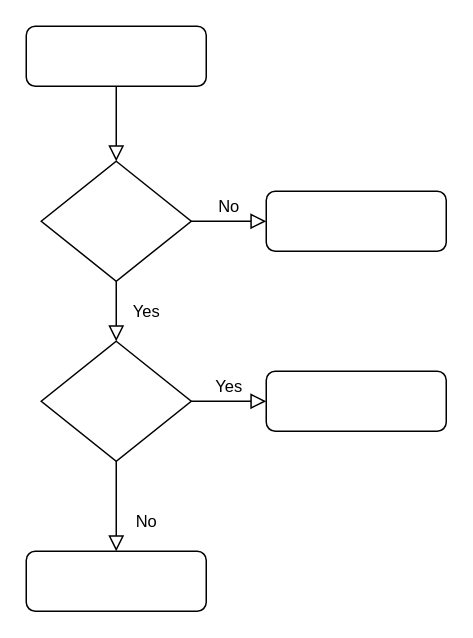
The draw.io diagram Untitled Diagram.drawio in MBtions/app-designs-flowcharts, before the edit. Source tidied: cells renumbered, new cells numbered last; positions are measured from the earlier drawing's top-left corner, leaving out a move shared by most shapes. Both pictures are drawn from the tidied source at 150%, with x=0, y=0 at pixel (26, 26).
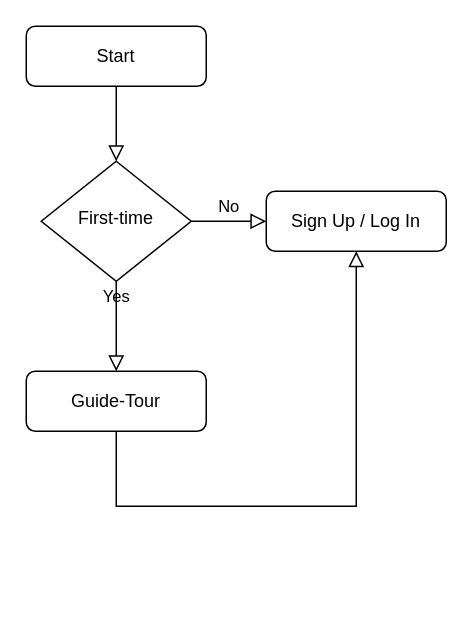
The same page after the edit.

Diff of the diagram source:
```diff
@@
 <mxGraphModel>
   <root>
     <mxCell id="0" />
     <mxCell id="1" parent="0" />
-    <mxCell id="2" style="rounded=0;html=1;jettySize=auto;fontSize=11;endArrow=block;endFill=0;endSize=8;strokeWidth=1;shadow=0;labelBackgroundColor=none;edgeStyle=orthogonalEdgeStyle;" parent="1" edge="1" source="3" target="6">
-      <mxGeometry relative="1" as="geometry" />
-    </mxCell>
-    <mxCell id="3" style="rounded=1;whiteSpace=wrap;html=1;fontSize=12;glass=0;strokeWidth=1;shadow=0;" parent="1" vertex="1">
+    <mxCell id="3" value="Start" style="rounded=1;whiteSpace=wrap;html=1;fontSize=12;glass=0;strokeWidth=1;shadow=0;" parent="1" vertex="1">
       <mxGeometry width="120" height="40" as="geometry" />
     </mxCell>
-    <mxCell id="4" value="Yes" style="rounded=0;html=1;jettySize=auto;fontSize=11;endArrow=block;endFill=0;endSize=8;strokeWidth=1;shadow=0;labelBackgroundColor=none;edgeStyle=orthogonalEdgeStyle;" parent="1" edge="1" source="6" target="10">
-      <mxGeometry y="20" relative="1" as="geometry" />
+    <mxCell id="4" value="Yes" style="rounded=0;html=1;jettySize=auto;fontSize=11;endArrow=block;endFill=0;endSize=8;strokeWidth=1;shadow=0;labelBackgroundColor=none;edgeStyle=orthogonalEdgeStyle;" parent="1" edge="1" source="6">
+      <mxGeometry y="20" relative="1" as="geometry">
+        <mxPoint x="60" y="230" as="targetPoint" />
+      </mxGeometry>
     </mxCell>
     <mxCell id="5" value="No" style="edgeStyle=orthogonalEdgeStyle;rounded=0;html=1;jettySize=auto;fontSize=11;endArrow=block;endFill=0;endSize=8;strokeWidth=1;shadow=0;labelBackgroundColor=none;" parent="1" edge="1" source="6" target="7">
       <mxGeometry y="10" relative="1" as="geometry" />
     </mxCell>
-    <mxCell id="6" style="rhombus;whiteSpace=wrap;html=1;shadow=0;fontFamily=Helvetica;fontSize=12;align=center;strokeWidth=1;spacing=6;spacingTop=-4;" parent="1" vertex="1">
+    <mxCell id="6" value="First-time" style="rhombus;whiteSpace=wrap;html=1;shadow=0;fontFamily=Helvetica;fontSize=12;align=center;strokeWidth=1;spacing=6;spacingTop=-4;" parent="1" vertex="1">
       <mxGeometry x="10" y="90" width="100" height="80" as="geometry" />
     </mxCell>
-    <mxCell id="7" style="rounded=1;whiteSpace=wrap;html=1;fontSize=12;glass=0;strokeWidth=1;shadow=0;" parent="1" vertex="1">
+    <mxCell id="7" value="Sign Up / Log In" style="rounded=1;whiteSpace=wrap;html=1;fontSize=12;glass=0;strokeWidth=1;shadow=0;" parent="1" vertex="1">
       <mxGeometry x="160" y="110" width="120" height="40" as="geometry" />
     </mxCell>
-    <mxCell id="8" value="No" style="rounded=0;html=1;jettySize=auto;fontSize=11;endArrow=block;endFill=0;endSize=8;strokeWidth=1;shadow=0;labelBackgroundColor=none;edgeStyle=orthogonalEdgeStyle;" parent="1" edge="1" source="10" target="11">
-      <mxGeometry x="0.33" y="20" relative="1" as="geometry" />
-    </mxCell>
-    <mxCell id="9" value="Yes" style="edgeStyle=orthogonalEdgeStyle;rounded=0;html=1;jettySize=auto;fontSize=11;endArrow=block;endFill=0;endSize=8;strokeWidth=1;shadow=0;labelBackgroundColor=none;" parent="1" edge="1" source="10" target="12">
-      <mxGeometry y="10" relative="1" as="geometry" />
-    </mxCell>
-    <mxCell id="10" style="rhombus;whiteSpace=wrap;html=1;shadow=0;fontFamily=Helvetica;fontSize=12;align=center;strokeWidth=1;spacing=6;spacingTop=-4;" parent="1" vertex="1">
-      <mxGeometry x="10" y="210" width="100" height="80" as="geometry" />
-    </mxCell>
-    <mxCell id="11" style="rounded=1;whiteSpace=wrap;html=1;fontSize=12;glass=0;strokeWidth=1;shadow=0;" parent="1" vertex="1">
-      <mxGeometry y="350" width="120" height="40" as="geometry" />
-    </mxCell>
-    <mxCell id="12" style="rounded=1;whiteSpace=wrap;html=1;fontSize=12;glass=0;strokeWidth=1;shadow=0;" parent="1" vertex="1">
-      <mxGeometry x="160" y="230" width="120" height="40" as="geometry" />
+    <mxCell id="12" value="Guide-Tour" style="rounded=1;whiteSpace=wrap;html=1;fontSize=12;glass=0;strokeWidth=1;shadow=0;" parent="1" vertex="1">
+      <mxGeometry y="230" width="120" height="40" as="geometry" />
     </mxCell>
+    <mxCell id="13" style="rounded=0;html=1;jettySize=auto;orthogonalLoop=1;fontSize=11;endArrow=block;endFill=0;endSize=8;strokeWidth=1;shadow=0;labelBackgroundColor=none;edgeStyle=orthogonalEdgeStyle;" parent="1" edge="1">
+      <mxGeometry relative="1" as="geometry">
+        <mxPoint x="60" y="40" as="sourcePoint" />
+        <mxPoint x="60" y="90" as="targetPoint" />
+      </mxGeometry>
+    </mxCell>
+    <mxCell id="14" style="rounded=0;html=1;jettySize=auto;fontSize=11;endArrow=block;endFill=0;endSize=8;strokeWidth=1;shadow=0;labelBackgroundColor=none;edgeStyle=orthogonalEdgeStyle;exitX=0.5;exitY=1;exitDx=0;exitDy=0;" parent="1" edge="1" source="12">
+      <mxGeometry relative="1" as="geometry">
+        <mxPoint x="220" y="150" as="targetPoint" />
+        <Array as="points">
+          <mxPoint x="60" y="320" />
+          <mxPoint x="220" y="320" />
+        </Array>
+      </mxGeometry>
+    </mxCell>
   </root>
 </mxGraphModel>
```
